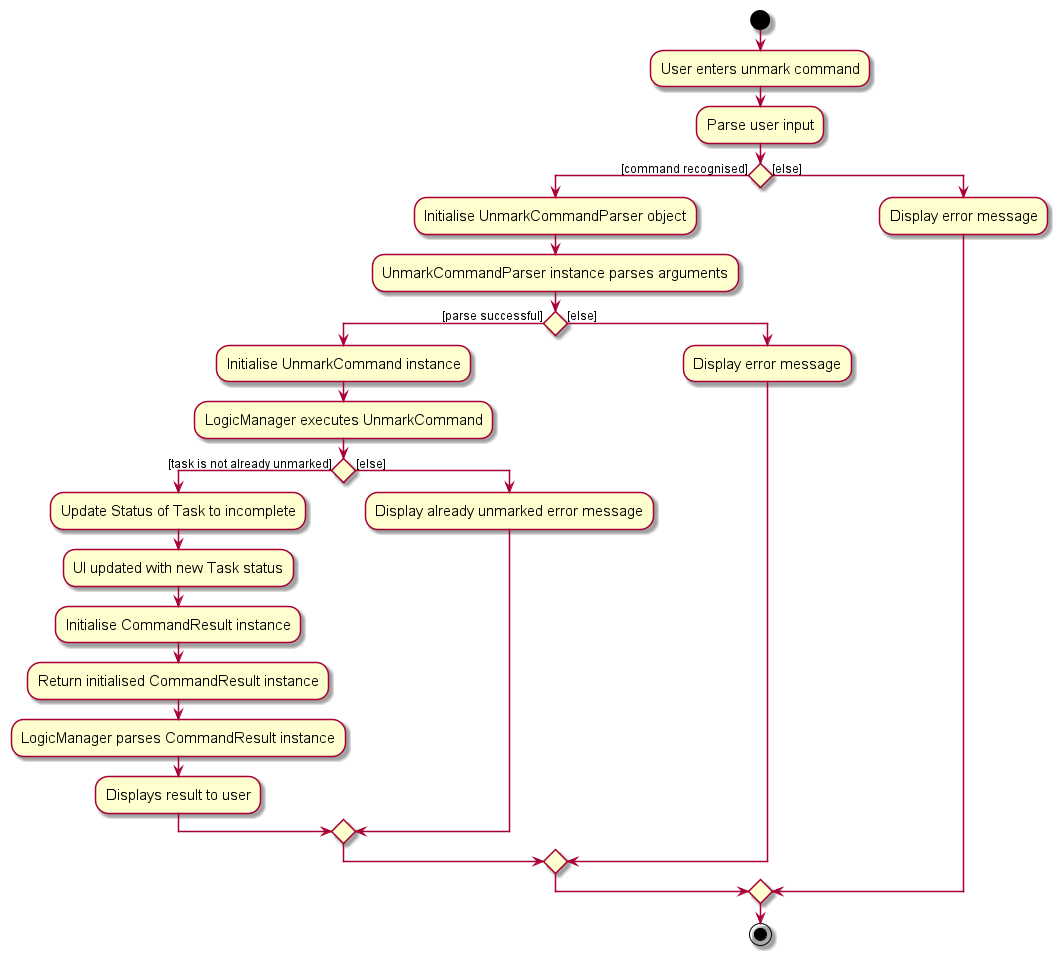
The PlantUML diagram docs/images/UnmarkActivityDiagram.png in seantehds/tp, before a commit.
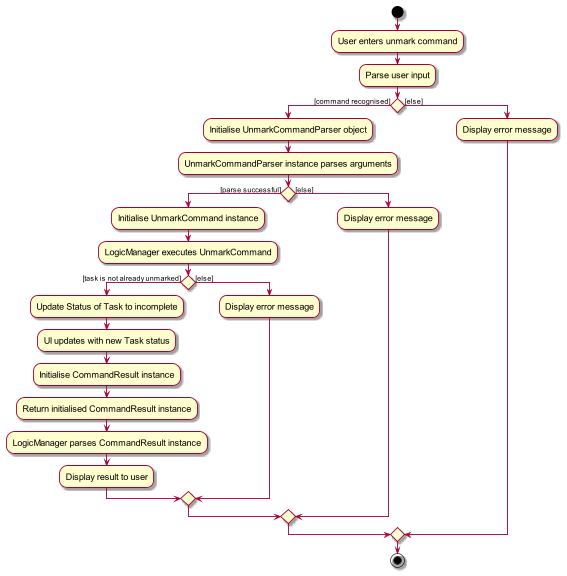
Above is the later version.

The edit, as a diff of the source:
```diff
@@ -16,13 +16,13 @@
         :LogicManager executes UnmarkCommand;
         if () then ([task is not already unmarked])
             :Update Status of Task to incomplete;
-            :UI updated with new Task status;
+            :UI updates with new Task status;
             :Initialise CommandResult instance;
             :Return initialised CommandResult instance;
             :LogicManager parses CommandResult instance;
-            :Displays result to user;
+            :Display result to user;
         else ([else])
-            :Display already unmarked error message;
+            :Display error message;
         endif
     else ([else])
         :Display error message;
```
